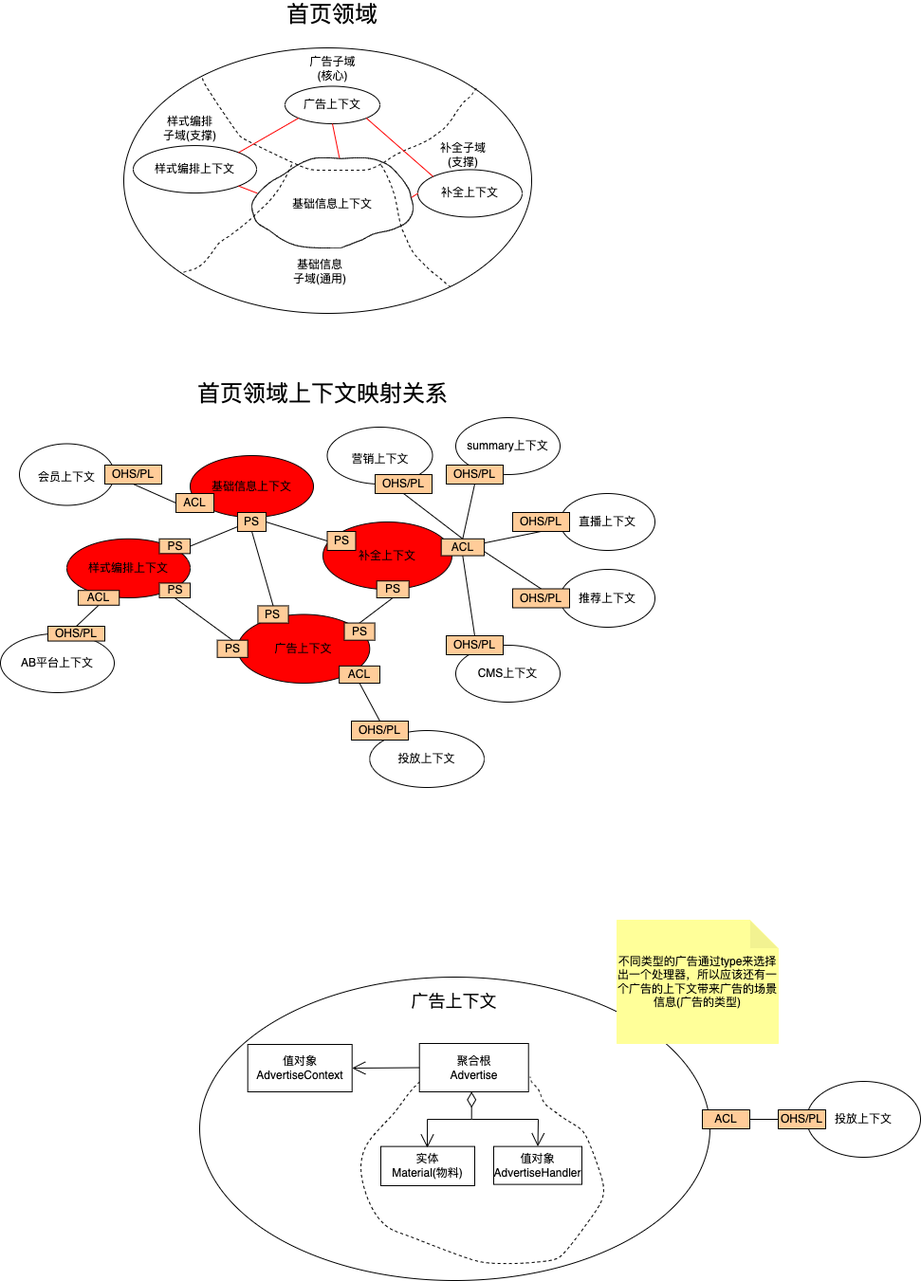
Ant-dong/images keeps this draw.io diagram as 领域图.png. Above is the earlier version. Source tidied: cells renumbered, new cells last; positions are measured from the earlier drawing's top-left corner, leaving out a move shared by most shapes.
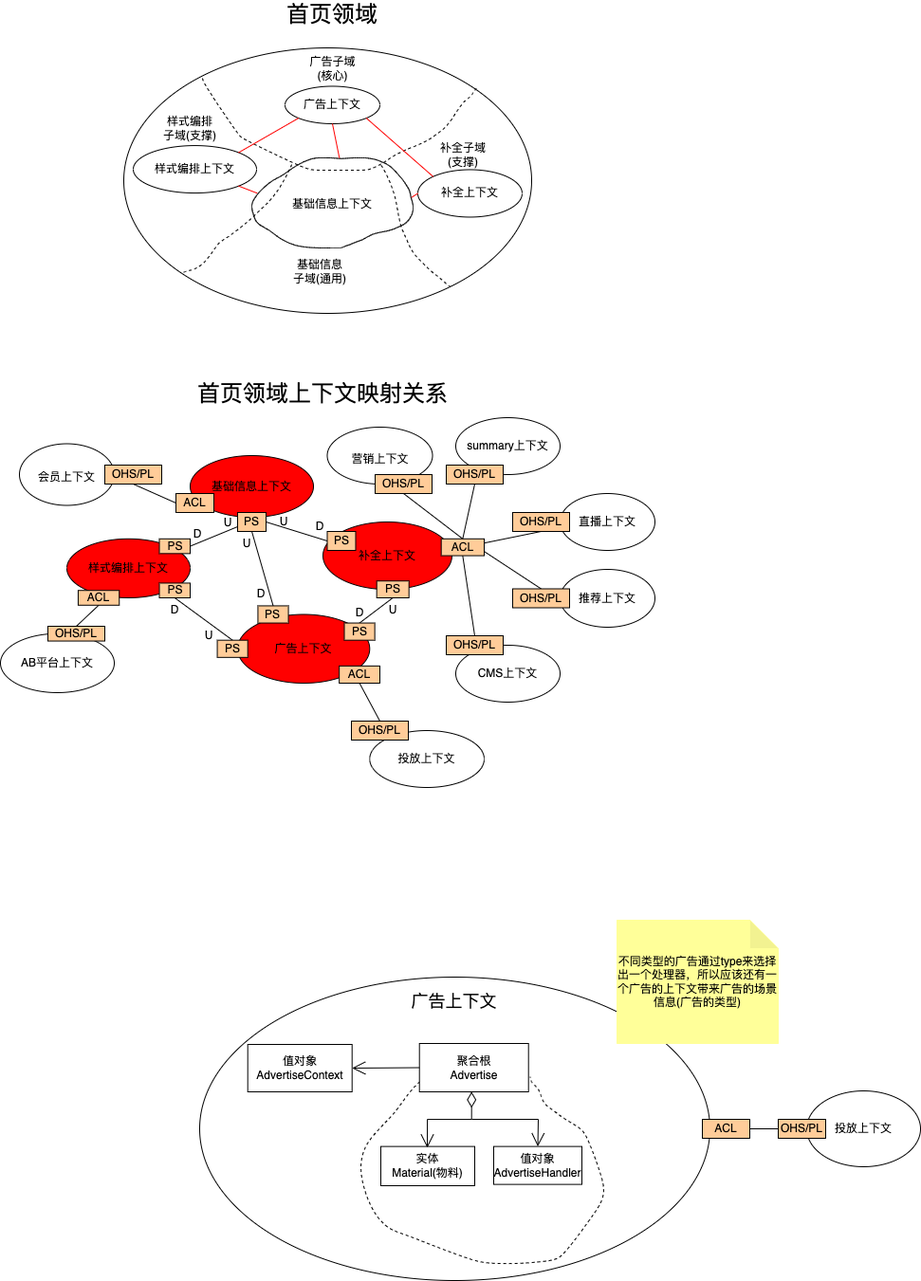
The same file after the commit.

Commit message:
更新领域图.png

What changed in the source:
```diff
@@ -198,7 +198,7 @@
       <mxGeometry x="271.4" y="638.4" width="32.1" height="18.1" as="geometry" />
     </mxCell>
     <mxCell id="67" style="group;" parent="1" vertex="1">
-      <mxGeometry x="70" y="567.8" width="130" height="70" as="geometry" />
+      <mxGeometry x="70" y="567.8" width="130" height="80" as="geometry" />
     </mxCell>
     <mxCell id="68" value="样式编排上下文" style="ellipse;whiteSpace=wrap;html=1;fontSize=12;fillColor=#FF0000;" parent="67" vertex="1">
       <mxGeometry width="130" height="62.2" as="geometry" />
@@ -212,6 +212,9 @@
     <mxCell id="71" value="PS" style="rounded=0;whiteSpace=wrap;html=1;fontSize=12;fillColor=#FFCC99;" parent="67" vertex="1">
       <mxGeometry x="97.5" width="32.5" height="15.6" as="geometry" />
     </mxCell>
+    <mxCell id="91" value="D" style="text;html=1;strokeColor=none;fillColor=none;align=center;verticalAlign=middle;whiteSpace=wrap;rounded=0;fontSize=12;" parent="67" vertex="1">
+      <mxGeometry x="108.8" y="70" width="10" height="10" as="geometry" />
+    </mxCell>
     <mxCell id="72" value="summary上下文" style="ellipse;whiteSpace=wrap;html=1;fontSize=12;" parent="1" vertex="1">
       <mxGeometry x="480" y="440" width="110" height="60" as="geometry" />
     </mxCell>
@@ -228,7 +231,7 @@
       <mxGeometry width="60" height="20" as="geometry" />
     </mxCell>
     <mxCell id="77" style="group;" parent="1" vertex="1">
-      <mxGeometry x="740" y="1140" width="230" height="80" as="geometry" />
+      <mxGeometry x="740" y="1150" width="230" height="80" as="geometry" />
     </mxCell>
     <mxCell id="78" value="ACL" style="rounded=0;whiteSpace=wrap;html=1;fontSize=12;strokeColor=#000000;fillColor=#FFCC99;" parent="77" vertex="1">
       <mxGeometry y="30" width="50" height="20" as="geometry" />
@@ -280,5 +283,32 @@
     <mxCell id="90" style="endArrow=open;html=1;rounded=0;fontSize=12;strokeColor=#000000;endSize=12;exitX=0;exitY=0.5;exitDx=0;exitDy=0;entryX=1;entryY=0.5;entryDx=0;entryDy=0;" parent="1" edge="1" source="85" target="89">
       <mxGeometry relative="1" as="geometry" />
     </mxCell>
+    <mxCell id="92" value="D" style="text;html=1;strokeColor=none;fillColor=none;align=center;verticalAlign=middle;whiteSpace=wrap;rounded=0;fontSize=12;" parent="1" vertex="1">
+      <mxGeometry x="270" y="621.1" width="10" height="10" as="geometry" />
+    </mxCell>
+    <mxCell id="93" value="D" style="text;html=1;strokeColor=none;fillColor=none;align=center;verticalAlign=middle;whiteSpace=wrap;rounded=0;fontSize=12;" parent="1" vertex="1">
+      <mxGeometry x="373.5" y="641.4" width="10" height="10" as="geometry" />
+    </mxCell>
+    <mxCell id="94" value="U" style="text;html=1;strokeColor=none;fillColor=none;align=center;verticalAlign=middle;whiteSpace=wrap;rounded=0;fontSize=12;" parent="1" vertex="1">
+      <mxGeometry x="215" y="664.7" width="10" height="10" as="geometry" />
+    </mxCell>
+    <mxCell id="95" value="U" style="text;html=1;strokeColor=none;fillColor=none;align=center;verticalAlign=middle;whiteSpace=wrap;rounded=0;fontSize=12;" parent="1" vertex="1">
+      <mxGeometry x="255" y="567.8" width="10" height="10" as="geometry" />
+    </mxCell>
+    <mxCell id="96" value="U" style="text;html=1;strokeColor=none;fillColor=none;align=center;verticalAlign=middle;whiteSpace=wrap;rounded=0;fontSize=12;" parent="1" vertex="1">
+      <mxGeometry x="408.7" y="637.5" width="10" height="10" as="geometry" />
+    </mxCell>
+    <mxCell id="97" value="D" style="text;html=1;strokeColor=none;fillColor=none;align=center;verticalAlign=middle;whiteSpace=wrap;rounded=0;fontSize=12;" parent="1" vertex="1">
+      <mxGeometry x="203" y="557.8" width="10" height="10" as="geometry" />
+    </mxCell>
+    <mxCell id="98" value="D" style="text;html=1;strokeColor=none;fillColor=none;align=center;verticalAlign=middle;whiteSpace=wrap;rounded=0;fontSize=12;" parent="1" vertex="1">
+      <mxGeometry x="332" y="550" width="10" height="10" as="geometry" />
+    </mxCell>
+    <mxCell id="99" value="U" style="text;html=1;strokeColor=none;fillColor=none;align=center;verticalAlign=middle;whiteSpace=wrap;rounded=0;fontSize=12;" parent="1" vertex="1">
+      <mxGeometry x="293.6" y="545" width="10" height="10" as="geometry" />
+    </mxCell>
+    <mxCell id="100" value="U" style="text;html=1;strokeColor=none;fillColor=none;align=center;verticalAlign=middle;whiteSpace=wrap;rounded=0;fontSize=12;" parent="1" vertex="1">
+      <mxGeometry x="235" y="546" width="10" height="10" as="geometry" />
+    </mxCell>
   </root>
 </mxGraphModel>
```
